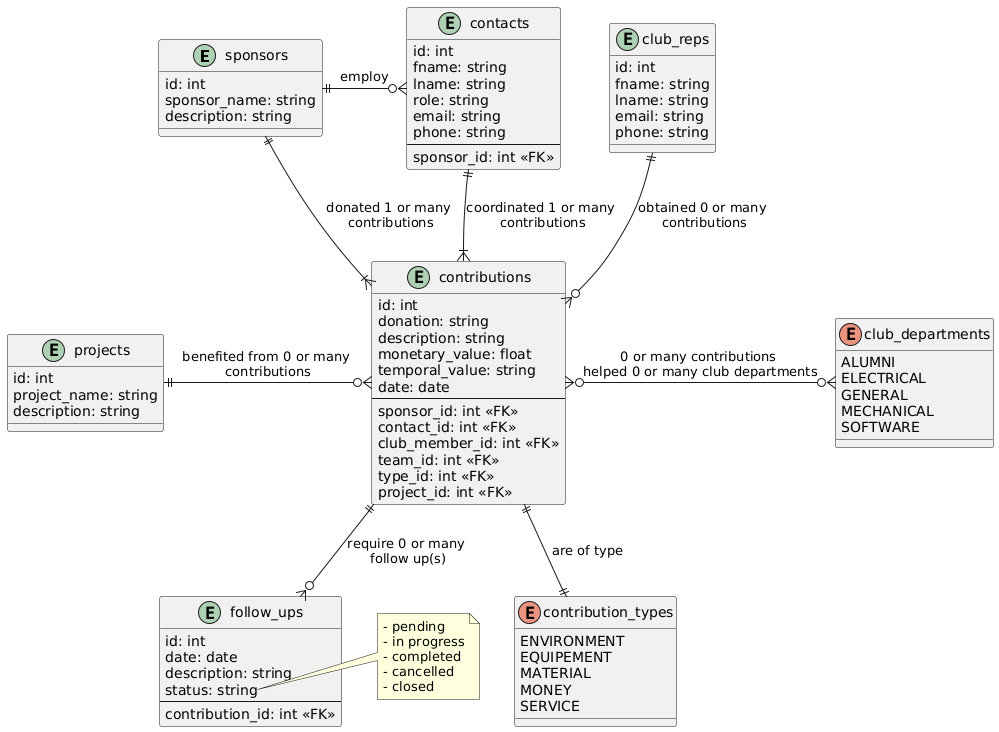
This is docs/entities.png from daviddodo/sonia_club, a PlantUML export, as it was before one commit. Source of this version:
```plantuml
@startuml
entity sponsors {
    id: int
    sponsor_name: string
    description: string
}

entity contacts {
    id: int
    fname: string
    lname: string
    role: string
    email: string
    phone: string
    --
    sponsor_id: int <<FK>>
}

entity club_reps {
    id: int
    fname: string
    lname: string
    email: string
    phone: string
}

entity contributions {
    id: int
    donation: string
    description: string
    monetary_value: float
    temporal_value: string
    date: date
    --
    sponsor_id: int <<FK>>
    contact_id: int <<FK>>
    club_member_id: int <<FK>>
    team_id: int <<FK>>
    type_id: int <<FK>>
    project_id: int <<FK>>
}

enum contribution_types {
    ENVIRONMENT
    EQUIPEMENT
    MATERIAL
    MONEY
    SERVICE
}

entity follow_ups {
    id: int
    date: date
    description: string
    status: string
    --
    contribution_id: int <<FK>>
}

entity projects {
    id: int
    project_name: string
    description: string
}

enum club_departments {
    ALUMNI
    ELECTRICAL
    GENERAL
    MECHANICAL
    SOFTWARE
}

sponsors ||-r--o{ contacts : "employ"
contacts ||-d-|{ contributions : "coordinated 1 or many \ncontributions"
sponsors ||-d-|{ contributions : "donated 1 or many \ncontributions"
club_reps ||-d-o{ contributions : "obtained 0 or many \ncontributions"

projects ||-r-o{ contributions : "benefited from 0 or many \ncontributions"
club_departments }o-l-o{ contributions : "0 or many contributions \nhelped 0 or many club departments"

contributions ||-d-|| contribution_types : "are of type"
contributions ||-d-o{ follow_ups : "require 0 or many \nfollow up(s)"

note right of follow_ups::status
    - pending
    - in progress
    - completed
    - cancelled
    - closed
end note

@enduml
```
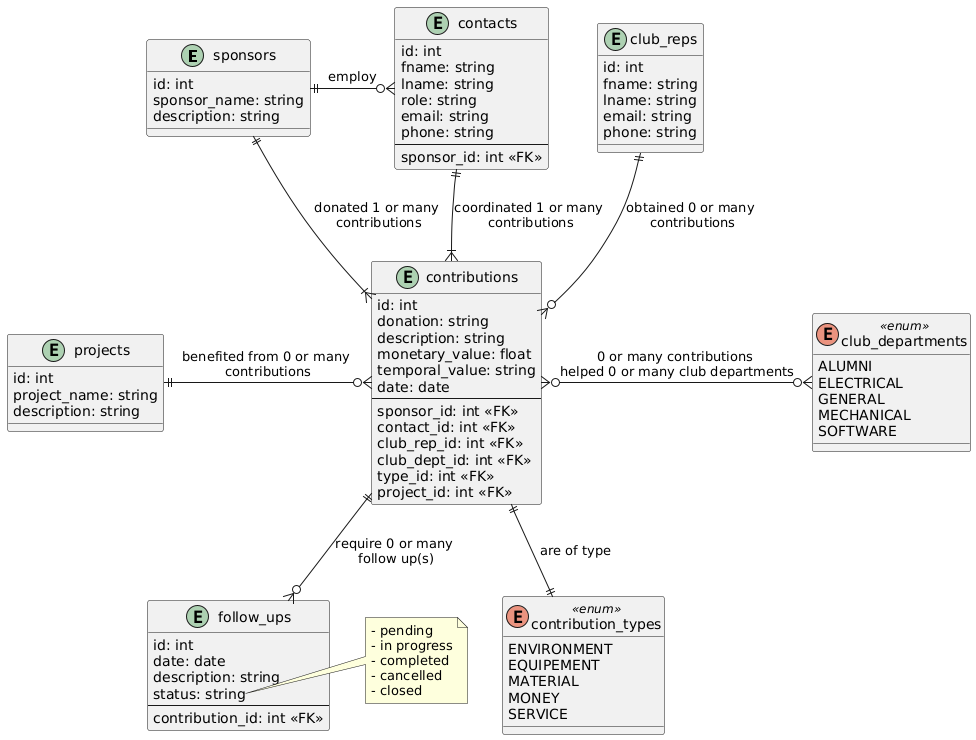
After the commit.

Change to the diagram source:
```diff
@@ -34,13 +34,13 @@
     --
     sponsor_id: int <<FK>>
     contact_id: int <<FK>>
-    club_member_id: int <<FK>>
-    team_id: int <<FK>>
+    club_rep_id: int <<FK>>
+    club_dept_id: int <<FK>>
     type_id: int <<FK>>
     project_id: int <<FK>>
 }
 
-enum contribution_types {
+enum contribution_types <<enum>> {
     ENVIRONMENT
     EQUIPEMENT
     MATERIAL
@@ -63,7 +63,7 @@
     description: string
 }
 
-enum club_departments {
+enum club_departments <<enum>> {
     ALUMNI
     ELECTRICAL
     GENERAL
```
